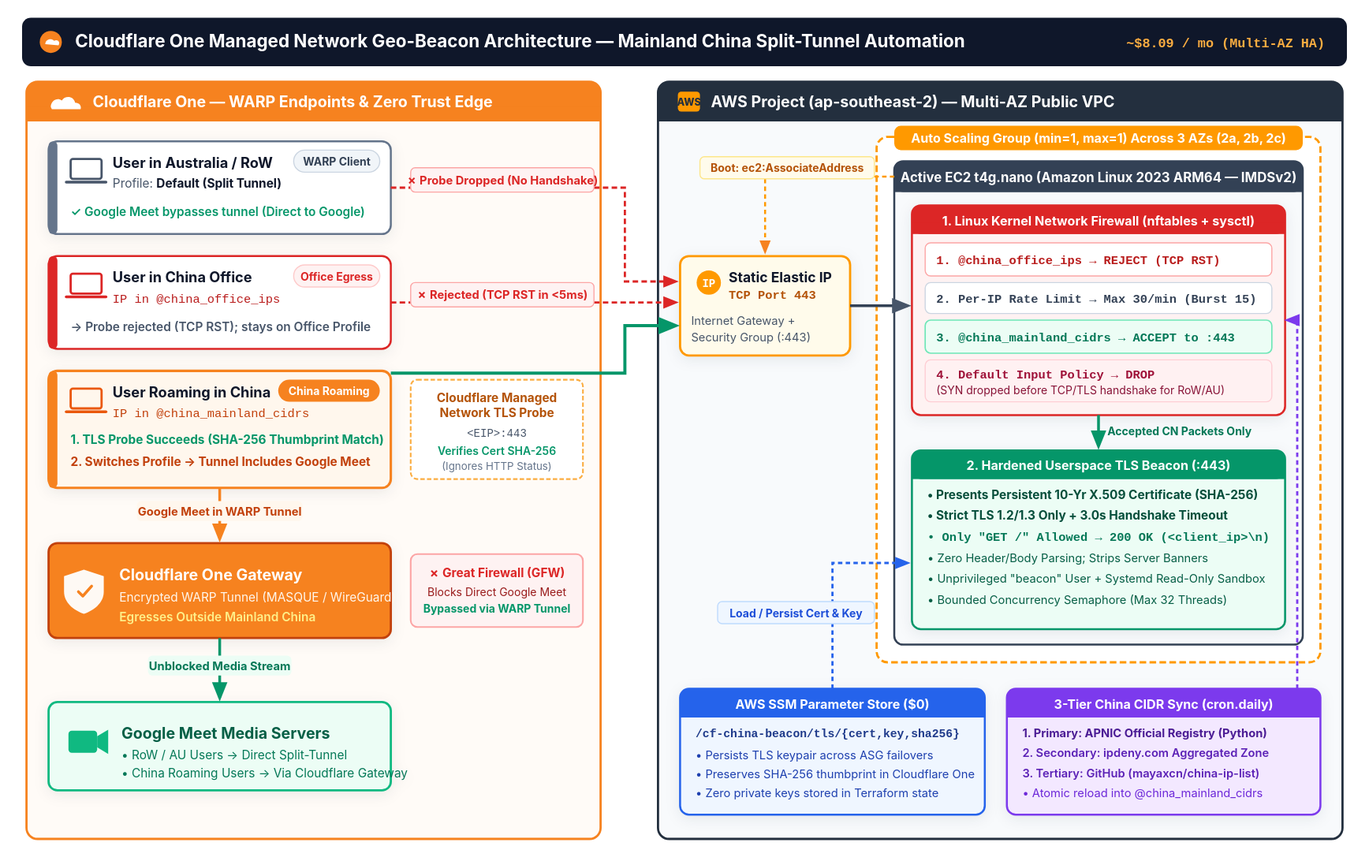
The draw.io diagram architecture.drawio.svg in cloudsucked/cf1-geo-beacon, before a commit. Source tidied: cells renumbered, new cells last; positions are measured from the earlier drawing's top-left corner, leaving out a move shared by most shapes.
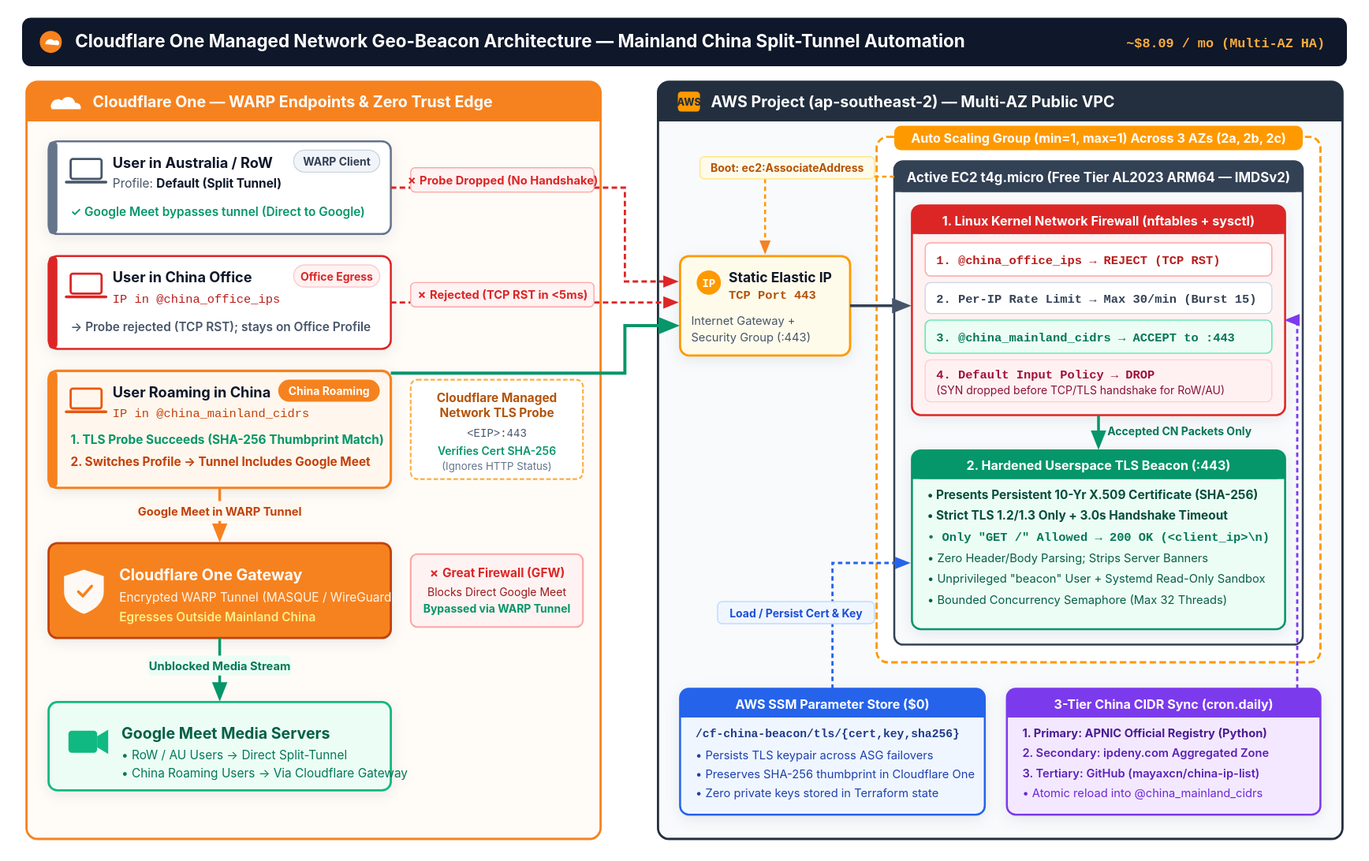
After the commit.

Commit message:
Document t4g.micro default for AWS Free Tier eligibility in README and diagram

The edit, as a diff of the source:
```diff
@@ -26,7 +26,7 @@
     <mxCell id="9" value="Static Elastic IP (:443)&#10;Reassociated on Boot" style="rounded=1;whiteSpace=wrap;html=1;fillColor=#FFFBEB;strokeColor=#FF9900;strokeWidth=2;fontStyle=1;" parent="1" vertex="1">
       <mxGeometry x="600" y="175" width="145" height="75" as="geometry" />
     </mxCell>
-    <mxCell id="10" value="Multi-AZ Auto Scaling Group (min=1, max=1) — Active EC2 t4g.nano" style="rounded=1;whiteSpace=wrap;html=1;fillColor=#FFFFFF;strokeColor=#FF9900;strokeWidth=2;verticalAlign=top;fontStyle=1;" parent="1" vertex="1">
+    <mxCell id="10" value="Multi-AZ Auto Scaling Group (min=1, max=1) — Active EC2 t4g.micro (Free Tier)" style="rounded=1;whiteSpace=wrap;html=1;fillColor=#FFFFFF;strokeColor=#FF9900;strokeWidth=2;verticalAlign=top;fontStyle=1;" parent="1" vertex="1">
       <mxGeometry x="775" y="50" width="380" height="440" as="geometry" />
     </mxCell>
     <mxCell id="11" value="Linux Kernel nftables Firewall (L3/L4)&#10;1. @china_office_ips -&gt; REJECT (TCP RST)&#10;2. Rate Limit (30/min per IP)&#10;3. @china_mainland_cidrs -&gt; ACCEPT&#10;4. Default Policy -&gt; DROP" style="rounded=1;whiteSpace=wrap;html=1;fillColor=#FEF2F2;strokeColor=#DC2626;strokeWidth=2;align=left;spacingLeft=10;fontStyle=1;" parent="1" vertex="1">
```
